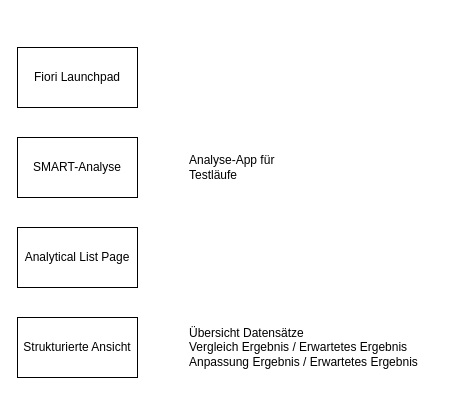
Above: Strukturierte Ansicht Komponentenübersicht.drawio in Raaphaaa/UI5-Playground (draw.io), before the change. Source tidied: cells renumbered, new cells numbered last; positions are measured from the earlier drawing's top-left corner, leaving out a move shared by most shapes. Both pictures are drawn from the tidied source at 100%, with x=0, y=0 at pixel (17, 47).
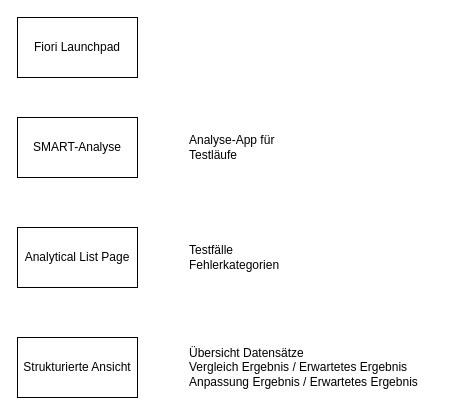
The same page after the edit.

What changed in the source:
```diff
@@
 <mxGraphModel>
   <root>
     <mxCell id="0" />
     <mxCell id="1" parent="0" />
     <mxCell id="2" value="Fiori Launchpad" style="rounded=0;whiteSpace=wrap;html=1;" parent="1" vertex="1">
-      <mxGeometry width="120" height="60" as="geometry" />
+      <mxGeometry y="-30" width="120" height="60" as="geometry" />
     </mxCell>
     <mxCell id="3" value="SMART-Analyse" style="rounded=0;whiteSpace=wrap;html=1;" parent="1" vertex="1">
-      <mxGeometry y="90" width="120" height="60" as="geometry" />
+      <mxGeometry y="70" width="120" height="60" as="geometry" />
     </mxCell>
     <mxCell id="4" value="Analytical List Page" style="rounded=0;whiteSpace=wrap;html=1;" parent="1" vertex="1">
       <mxGeometry y="180" width="120" height="60" as="geometry" />
     </mxCell>
     <mxCell id="5" value="Strukturierte Ansicht" style="rounded=0;whiteSpace=wrap;html=1;" parent="1" vertex="1">
-      <mxGeometry y="270" width="120" height="60" as="geometry" />
+      <mxGeometry y="290" width="120" height="60" as="geometry" />
     </mxCell>
     <mxCell id="6" value="Analyse-App für Testläufe" style="text;html=1;whiteSpace=wrap;strokeColor=none;fillColor=none;align=left;verticalAlign=middle;rounded=0;" parent="1" vertex="1">
-      <mxGeometry x="170" y="90" width="110" height="60" as="geometry" />
+      <mxGeometry x="170" y="70" width="110" height="60" as="geometry" />
     </mxCell>
     <mxCell id="7" value="Übersicht Datensätze&lt;div&gt;Vergleich Ergebnis / Erwartetes Ergebnis&lt;/div&gt;&lt;div&gt;Anpassung&amp;nbsp;&lt;span style=&quot;background-color: transparent; color: light-dark(rgb(0, 0, 0), rgb(255, 255, 255));&quot;&gt;Ergebnis / Erwartetes Ergebnis&lt;/span&gt;&lt;/div&gt;" style="text;html=1;whiteSpace=wrap;strokeColor=none;fillColor=none;align=left;verticalAlign=middle;rounded=0;" parent="1" vertex="1">
-      <mxGeometry x="170" y="270" width="250" height="60" as="geometry" />
+      <mxGeometry x="170" y="290" width="250" height="60" as="geometry" />
     </mxCell>
+    <mxCell id="8" value="Testfälle&lt;div&gt;Fehlerkategorien&lt;/div&gt;" style="text;html=1;whiteSpace=wrap;strokeColor=none;fillColor=none;align=left;verticalAlign=middle;rounded=0;" parent="1" vertex="1">
+      <mxGeometry x="170" y="180" width="250" height="60" as="geometry" />
+    </mxCell>
   </root>
 </mxGraphModel>
```
